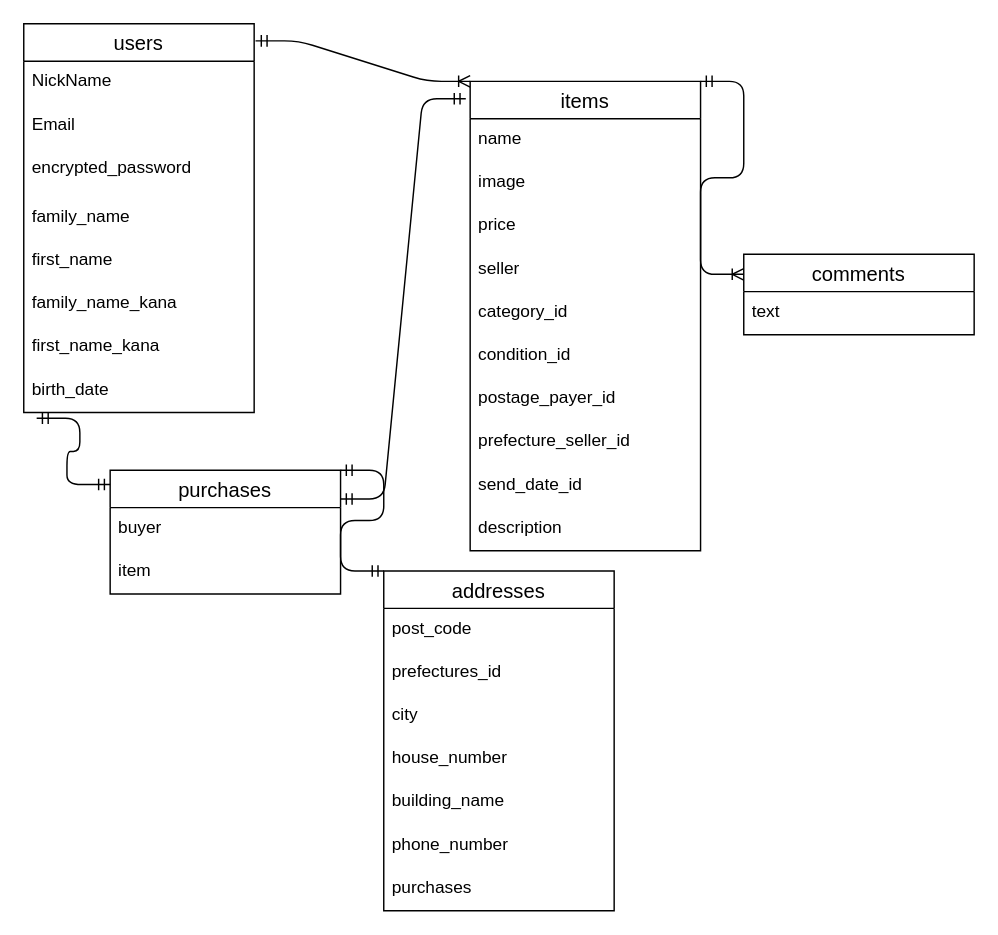
Above: ER.dio in ZYO-BAIKER/furima-28664 (draw.io), before the change. Source tidied: cells renumbered, new cells numbered last; positions are measured from the earlier drawing's top-left corner, leaving out a move shared by most shapes. Both pictures are drawn from the tidied source at 144%, with x=0, y=0 at pixel (23, 23).
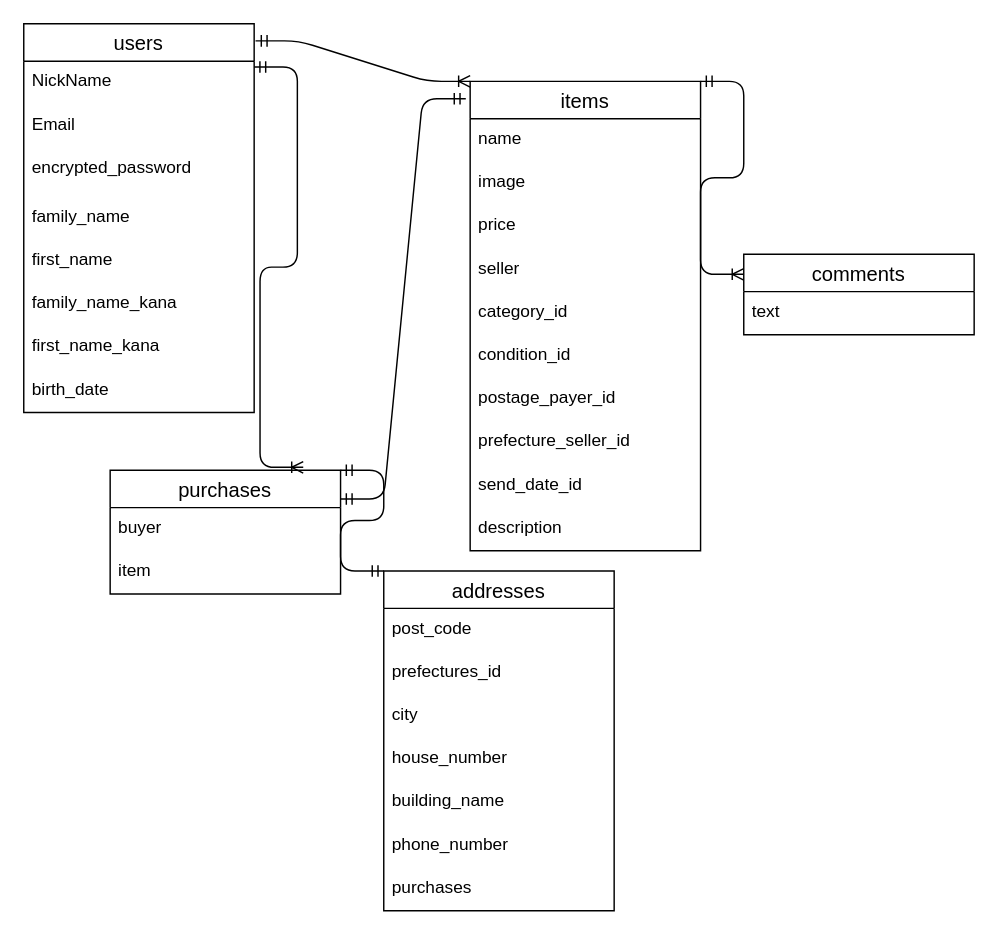
The same page after the edit.

Commit message (it also covers changes not shown here):
DB設計とER図の修正4

The change refers to these unchanged cells:
```xml
<mxCell id="17" value="purchases" style="swimlane;fontStyle=0;horizontal=1;startSize=26;align=center;fontSize=14;" parent="1" vertex="1">
  <mxGeometry x="60" y="310" width="160" height="86" as="geometry" />
</mxCell>
<mxCell id="29" value="birth_date" style="text;strokeColor=none;fillColor=none;spacingLeft=4;spacingRight=4;overflow=hidden;points=[[0,0.5],[1,0.5]];portConstraint=eastwest;fontSize=12;" parent="21" vertex="1">
  <mxGeometry y="240" width="160" height="30" as="geometry" />
</mxCell>
```

Diff of the diagram source:
```diff
@@
-    <mxCell id="20" style="edgeStyle=entityRelationEdgeStyle;fontSize=12;html=1;endArrow=ERmandOne;startArrow=ERmandOne;exitX=0.056;exitY=1.133;exitDx=0;exitDy=0;exitPerimeter=0;" parent="1" edge="1" source="29">
-      <mxGeometry relative="1" as="geometry">
-        <mxPoint x="60" y="320" as="targetPoint" />
-      </mxGeometry>
-    </mxCell>
@@
+    <mxCell id="40" style="edgeStyle=entityRelationEdgeStyle;fontSize=12;html=1;endArrow=ERoneToMany;startArrow=ERmandOne;entryX=0.838;entryY=-0.023;entryDx=0;entryDy=0;entryPerimeter=0;" parent="1" edge="1" target="17">
+      <mxGeometry relative="1" as="geometry">
+        <mxPoint x="160" y="30" as="sourcePoint" />
+      </mxGeometry>
+    </mxCell>
```
